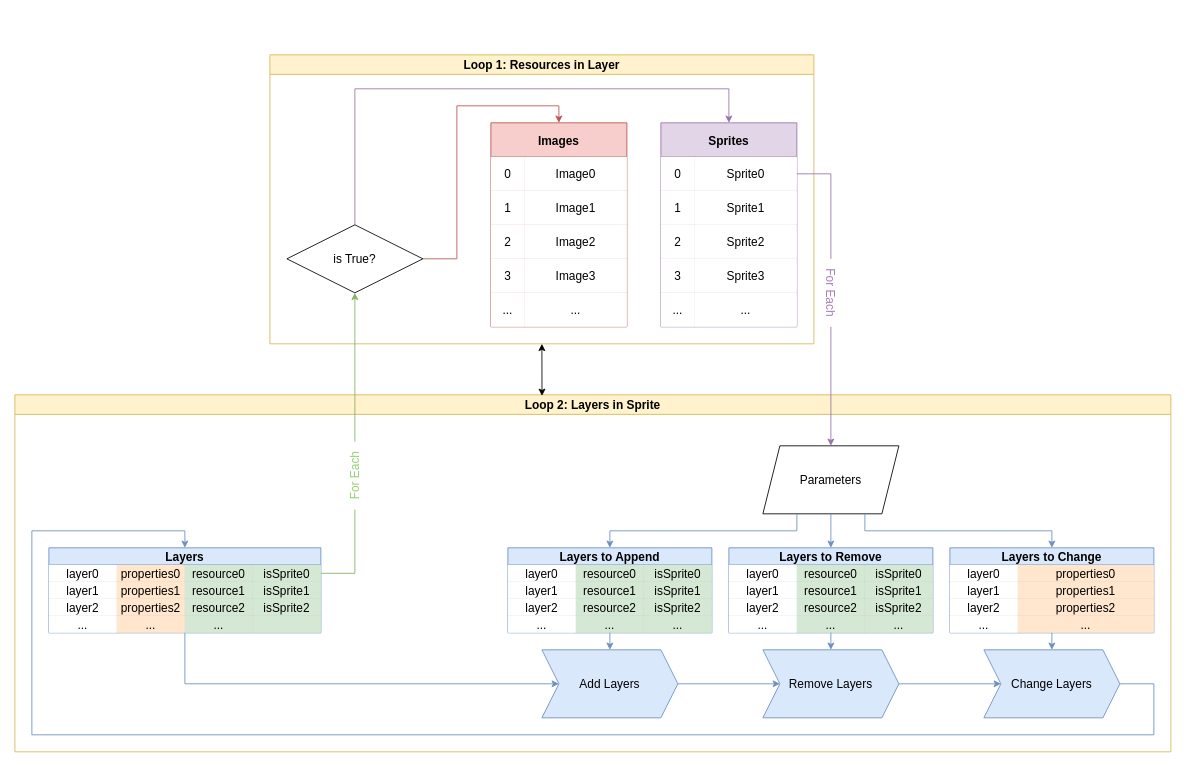
Above: ResourceLoading.drawio in TheInfinityUser/PvZ2-Decoding (draw.io), before the change. Source tidied: cells renumbered, new cells numbered last; positions are measured from the earlier drawing's top-left corner, leaving out a move shared by most shapes. Both pictures are drawn from the tidied source at 85%, with x=0, y=0 at pixel (14, 54).
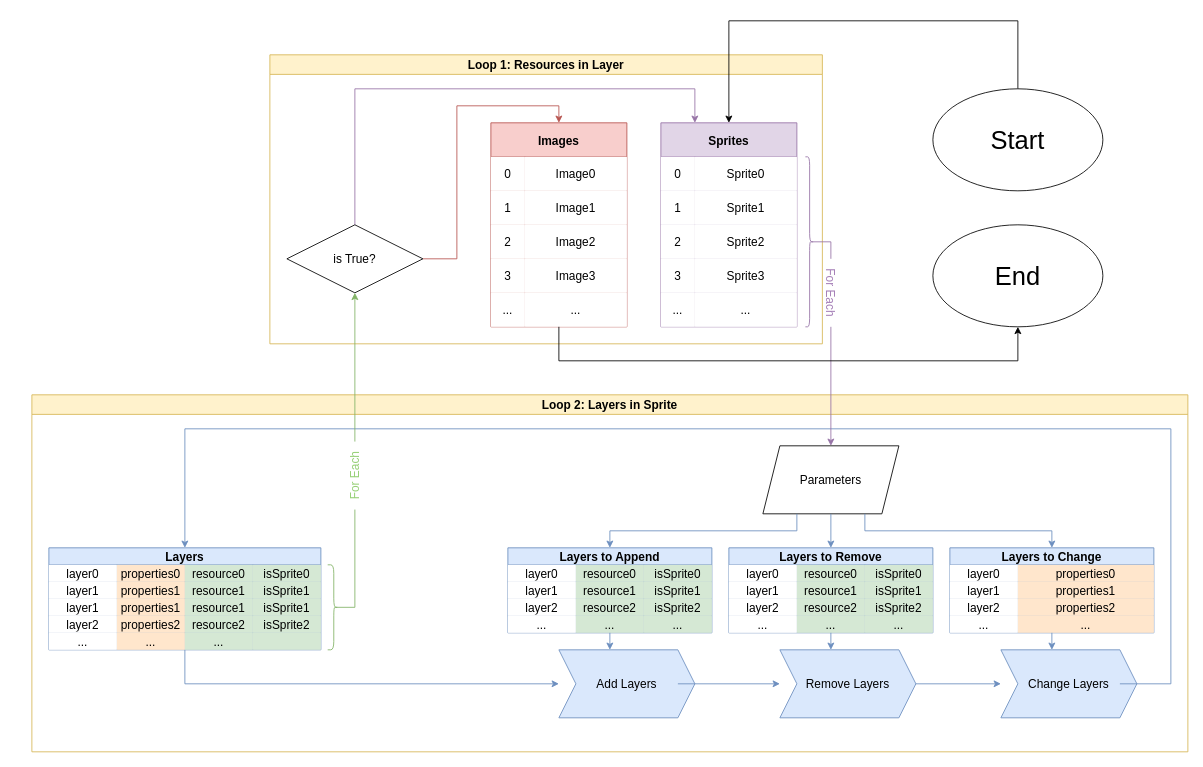
The same page after the edit.

The change refers to these unchanged cells:
```xml
<mxCell id="50" value="Add Layers" style="shape=step;perimeter=stepPerimeter;whiteSpace=wrap;html=1;fixedSize=1;labelBackgroundColor=none;fontSize=14;fillColor=#dae8fc;strokeColor=#6c8ebf;" parent="2" vertex="1">
  <mxGeometry x="620" y="300" width="160" height="80" as="geometry" />
</mxCell>
<mxCell id="53" value="Remove Layers" style="shape=step;perimeter=stepPerimeter;whiteSpace=wrap;html=1;fixedSize=1;labelBackgroundColor=none;fontSize=14;fillColor=#dae8fc;strokeColor=#6c8ebf;" parent="2" vertex="1">
  <mxGeometry x="880" y="300" width="160" height="80" as="geometry" />
</mxCell>
<mxCell id="56" value="Change Layers" style="shape=step;perimeter=stepPerimeter;whiteSpace=wrap;html=1;fixedSize=1;labelBackgroundColor=none;fontSize=14;fillColor=#dae8fc;strokeColor=#6c8ebf;" parent="2" vertex="1">
  <mxGeometry x="1140" y="300" width="160" height="80" as="geometry" />
</mxCell>
<mxCell id="60" style="shape=tableRow;horizontal=0;startSize=0;swimlaneHead=0;swimlaneBody=0;strokeColor=inherit;top=0;left=0;bottom=0;right=0;fillColor=none;points=[[0,0.5],[1,0.5]];portConstraint=eastwest;fontSize=14;" parent="59" vertex="1">
  <mxGeometry y="20" width="320" height="20" as="geometry" />
</mxCell>
<mxCell id="88" value="Sprites" style="shape=table;startSize=40;childLayout=tableLayout;strokeColor=#9673a6;fontSize=14;labelBackgroundColor=none;fillColor=#e1d5e7;fontStyle=1;" parent="87" vertex="1">
  <mxGeometry x="460" y="80" width="160" height="240" as="geometry" />
</mxCell>
<mxCell id="89" style="shape=tableRow;horizontal=0;startSize=0;swimlaneHead=0;swimlaneBody=0;strokeColor=inherit;top=0;left=0;bottom=0;right=0;fillColor=none;points=[[0,0.5],[1,0.5]];portConstraint=eastwest;fontSize=14;" parent="88" vertex="1">
  <mxGeometry y="40" width="160" height="40" as="geometry" />
</mxCell>
<mxCell id="104" value="Images" style="shape=table;startSize=40;childLayout=tableLayout;strokeColor=#b85450;fontSize=14;labelBackgroundColor=none;fillColor=#f8cecc;fontStyle=1;" parent="87" vertex="1">
  <mxGeometry x="260" y="80" width="160" height="240" as="geometry" />
</mxCell>
<mxCell id="122" value="is True?" style="rhombus;whiteSpace=wrap;html=1;labelBackgroundColor=none;fontSize=14;" parent="87" vertex="1">
  <mxGeometry x="20" y="200" width="160" height="80" as="geometry" />
</mxCell>
<mxCell id="125" value="For Each" style="text;html=1;strokeColor=none;fillColor=none;align=center;verticalAlign=middle;whiteSpace=wrap;rounded=0;fontSize=14;rotation=90;fontColor=#A680B8;" parent="1" vertex="1">
  <mxGeometry x="920" y="265" width="80" height="30" as="geometry" />
</mxCell>
```

Change to the diagram source:
```diff
@@
     <mxCell id="2" value="Loop 2: Layers in Sprite" style="swimlane;whiteSpace=wrap;html=1;labelBackgroundColor=none;fontSize=14;fillColor=#fff2cc;strokeColor=#d6b656;" parent="1" vertex="1">
-      <mxGeometry y="400" width="1360" height="420" as="geometry" />
+      <mxGeometry x="20" y="400" width="1360" height="420" as="geometry" />
     </mxCell>
     <mxCell id="3" value="Layers to Append" style="shape=table;startSize=20;childLayout=tableLayout;strokeColor=#6c8ebf;fontSize=14;fillColor=#dae8fc;fontStyle=1;" parent="2" vertex="1">
-      <mxGeometry x="580" y="180" width="240" height="100" as="geometry" />
+      <mxGeometry x="560" y="180" width="240" height="100" as="geometry" />
     </mxCell>
@@
     <mxCell id="20" value="Layers to Remove" style="shape=table;startSize=20;childLayout=tableLayout;strokeColor=#6c8ebf;fontSize=14;fillColor=#dae8fc;fontStyle=1;" parent="2" vertex="1">
-      <mxGeometry x="840" y="180" width="240" height="100" as="geometry" />
+      <mxGeometry x="820" y="180" width="240" height="100" as="geometry" />
     </mxCell>
@@
     <mxCell id="37" value="Layers to Change" style="shape=table;startSize=20;childLayout=tableLayout;strokeColor=#6c8ebf;fontSize=14;fillColor=#dae8fc;fontStyle=1;" parent="2" vertex="1">
-      <mxGeometry x="1100" y="180" width="240" height="100" as="geometry" />
+      <mxGeometry x="1080" y="180" width="240" height="100" as="geometry" />
     </mxCell>
@@
-    <mxCell id="51" style="edgeStyle=orthogonalEdgeStyle;rounded=0;jettySize=auto;html=1;exitX=0.5;exitY=1;exitDx=0;exitDy=0;entryX=0.5;entryY=0;entryDx=0;entryDy=0;fontSize=14;fillColor=#dae8fc;strokeColor=#6c8ebf;" parent="2" edge="1" source="3" target="50">
-      <mxGeometry relative="1" as="geometry" />
+    <mxCell id="51" style="edgeStyle=orthogonalEdgeStyle;rounded=0;jettySize=auto;html=1;exitX=0.5;exitY=1;exitDx=0;exitDy=0;entryX=0.5;entryY=0;entryDx=0;entryDy=0;fontSize=14;fillColor=#dae8fc;strokeColor=#6c8ebf;" parent="2" edge="1" source="3">
+      <mxGeometry relative="1" as="geometry">
+        <mxPoint x="680" y="300" as="targetPoint" />
+      </mxGeometry>
     </mxCell>
-    <mxCell id="52" style="edgeStyle=orthogonalEdgeStyle;rounded=0;jettySize=auto;html=1;exitX=1;exitY=0.5;exitDx=0;exitDy=0;fontSize=14;fillColor=#dae8fc;strokeColor=#6c8ebf;" parent="2" edge="1" source="53" target="56">
-      <mxGeometry relative="1" as="geometry" />
+    <mxCell id="52" style="edgeStyle=orthogonalEdgeStyle;rounded=0;orthogonalLoop=1;jettySize=auto;html=1;exitX=1;exitY=0.5;exitDx=0;exitDy=0;fontSize=14;fillColor=#dae8fc;strokeColor=#6c8ebf;" parent="2" edge="1">
+      <mxGeometry relative="1" as="geometry">
+        <mxPoint x="1020" y="340" as="sourcePoint" />
+        <mxPoint x="1140" y="340" as="targetPoint" />
+      </mxGeometry>
     </mxCell>
@@
-    <mxCell id="54" style="edgeStyle=orthogonalEdgeStyle;rounded=0;jettySize=auto;html=1;exitX=0.5;exitY=1;exitDx=0;exitDy=0;entryX=0.5;entryY=0;entryDx=0;entryDy=0;fontSize=14;fillColor=#dae8fc;strokeColor=#6c8ebf;" parent="2" edge="1" source="20" target="53">
-      <mxGeometry relative="1" as="geometry" />
+    <mxCell id="54" style="edgeStyle=orthogonalEdgeStyle;rounded=0;jettySize=auto;html=1;exitX=0.5;exitY=1;exitDx=0;exitDy=0;entryX=0.5;entryY=0;entryDx=0;entryDy=0;fontSize=14;fillColor=#dae8fc;strokeColor=#6c8ebf;" parent="2" edge="1" source="20">
+      <mxGeometry relative="1" as="geometry">
+        <mxPoint x="940" y="300" as="targetPoint" />
+      </mxGeometry>
     </mxCell>
-    <mxCell id="55" style="edgeStyle=orthogonalEdgeStyle;rounded=0;jettySize=auto;html=1;exitX=1;exitY=0.5;exitDx=0;exitDy=0;fontSize=14;fillColor=#dae8fc;strokeColor=#6c8ebf;" parent="2" edge="1" source="50" target="53">
-      <mxGeometry relative="1" as="geometry" />
+    <mxCell id="55" style="edgeStyle=orthogonalEdgeStyle;rounded=0;orthogonalLoop=1;jettySize=auto;html=1;exitX=1;exitY=0.5;exitDx=0;exitDy=0;fontSize=14;fillColor=#dae8fc;strokeColor=#6c8ebf;" parent="2" edge="1">
+      <mxGeometry relative="1" as="geometry">
+        <mxPoint x="760" y="340" as="sourcePoint" />
+        <mxPoint x="880" y="340" as="targetPoint" />
+      </mxGeometry>
     </mxCell>
@@
-    <mxCell id="57" style="edgeStyle=orthogonalEdgeStyle;rounded=0;jettySize=auto;html=1;exitX=0.5;exitY=1;exitDx=0;exitDy=0;entryX=0.5;entryY=0;entryDx=0;entryDy=0;fontSize=14;fillColor=#dae8fc;strokeColor=#6c8ebf;" parent="2" edge="1" source="37" target="56">
-      <mxGeometry relative="1" as="geometry" />
+    <mxCell id="57" style="edgeStyle=orthogonalEdgeStyle;rounded=0;jettySize=auto;html=1;exitX=0.5;exitY=1;exitDx=0;exitDy=0;entryX=0.5;entryY=0;entryDx=0;entryDy=0;fontSize=14;fillColor=#dae8fc;strokeColor=#6c8ebf;" parent="2" edge="1" source="37">
+      <mxGeometry relative="1" as="geometry">
+        <mxPoint x="1200" y="300" as="targetPoint" />
+      </mxGeometry>
     </mxCell>
-    <mxCell id="58" style="edgeStyle=orthogonalEdgeStyle;rounded=0;jettySize=auto;html=1;exitX=0.5;exitY=1;exitDx=0;exitDy=0;entryX=0;entryY=0.5;entryDx=0;entryDy=0;fontSize=14;fillColor=#dae8fc;strokeColor=#6c8ebf;" parent="2" edge="1" source="59" target="50">
+    <mxCell id="58" style="edgeStyle=orthogonalEdgeStyle;rounded=0;jettySize=auto;html=1;exitX=0.5;exitY=1;exitDx=0;exitDy=0;entryX=0;entryY=0.5;entryDx=0;entryDy=0;fontSize=14;fillColor=#dae8fc;strokeColor=#6c8ebf;" parent="2" edge="1" source="59">
       <mxGeometry relative="1" as="geometry">
+        <mxPoint x="620" y="340" as="targetPoint" />
         <Array as="points">
-          <mxPoint x="200" y="340" />
+          <mxPoint x="180" y="340" />
         </Array>
       </mxGeometry>
     </mxCell>
     <mxCell id="59" value="Layers" style="shape=table;startSize=20;childLayout=tableLayout;strokeColor=#6c8ebf;fontSize=14;fillColor=#dae8fc;fontStyle=1;" parent="2" vertex="1">
-      <mxGeometry x="40" y="180" width="320" height="100" as="geometry" />
+      <mxGeometry x="20" y="180" width="320" height="120" as="geometry" />
     </mxCell>
@@
+    <mxCell id="128" style="shape=tableRow;horizontal=0;startSize=0;swimlaneHead=0;swimlaneBody=0;strokeColor=inherit;top=0;left=0;bottom=0;right=0;fillColor=none;fontSize=14;" parent="59" vertex="1">
+      <mxGeometry y="40" width="320" height="20" as="geometry" />
+    </mxCell>
+    <mxCell id="129" value="layer1" style="shape=partialRectangle;html=1;whiteSpace=wrap;overflow=hidden;top=0;left=0;bottom=0;right=0;fontSize=14;" parent="128" vertex="1">
+      <mxGeometry width="80" height="20" as="geometry" />
+    </mxCell>
+    <mxCell id="130" value="properties1" style="shape=partialRectangle;html=1;whiteSpace=wrap;strokeColor=#d79b00;overflow=hidden;fillColor=#ffe6cc;top=0;left=0;bottom=0;right=0;fontSize=14;" parent="128" vertex="1">
+      <mxGeometry x="80" width="80" height="20" as="geometry" />
+    </mxCell>
+    <mxCell id="131" value="resource1" style="shape=partialRectangle;html=1;whiteSpace=wrap;strokeColor=#82b366;overflow=hidden;fillColor=#d5e8d4;top=0;left=0;bottom=0;right=0;fontSize=14;" parent="128" vertex="1">
+      <mxGeometry x="160" width="80" height="20" as="geometry" />
+    </mxCell>
+    <mxCell id="132" value="isSprite1" style="shape=partialRectangle;html=1;whiteSpace=wrap;strokeColor=#82b366;overflow=hidden;fillColor=#d5e8d4;top=0;left=0;bottom=0;right=0;fontSize=14;" parent="128" vertex="1">
+      <mxGeometry x="240" width="80" height="20" as="geometry" />
+    </mxCell>
     <mxCell id="65" style="shape=tableRow;horizontal=0;startSize=0;swimlaneHead=0;swimlaneBody=0;strokeColor=inherit;top=0;left=0;bottom=0;right=0;fillColor=none;fontSize=14;" parent="59" vertex="1">
-      <mxGeometry y="40" width="320" height="20" as="geometry" />
+      <mxGeometry y="60" width="320" height="20" as="geometry" />
     </mxCell>
@@
     <mxCell id="70" style="shape=tableRow;horizontal=0;startSize=0;swimlaneHead=0;swimlaneBody=0;strokeColor=inherit;top=0;left=0;bottom=0;right=0;fillColor=none;fontSize=14;" parent="59" vertex="1">
-      <mxGeometry y="60" width="320" height="20" as="geometry" />
+      <mxGeometry y="80" width="320" height="20" as="geometry" />
     </mxCell>
@@
     <mxCell id="75" style="shape=tableRow;horizontal=0;startSize=0;swimlaneHead=0;swimlaneBody=0;strokeColor=inherit;top=0;left=0;bottom=0;right=0;fillColor=none;fontSize=14;" parent="59" vertex="1">
-      <mxGeometry y="80" width="320" height="20" as="geometry" />
+      <mxGeometry y="100" width="320" height="20" as="geometry" />
     </mxCell>
@@
-    <mxCell id="80" style="edgeStyle=orthogonalEdgeStyle;rounded=0;jettySize=auto;html=1;exitX=1;exitY=0.5;exitDx=0;exitDy=0;entryX=0.5;entryY=0;entryDx=0;entryDy=0;fontSize=14;fillColor=#dae8fc;strokeColor=#6c8ebf;" parent="2" edge="1" source="56" target="59">
-      <mxGeometry relative="1" as="geometry">
-        <Array as="points">
-          <mxPoint x="1340" y="340" />
-          <mxPoint x="1340" y="400" />
-          <mxPoint x="20" y="400" />
-          <mxPoint x="20" y="160" />
-          <mxPoint x="200" y="160" />
-        </Array>
-      </mxGeometry>
-    </mxCell>
     <mxCell id="81" value="Parameters" style="shape=parallelogram;perimeter=parallelogramPerimeter;whiteSpace=wrap;html=1;fixedSize=1;rounded=0;shadow=0;glass=0;labelBackgroundColor=none;sketch=0;fillStyle=auto;fontSize=14;" parent="2" vertex="1">
-      <mxGeometry x="880" y="60" width="160" height="80" as="geometry" />
+      <mxGeometry x="860" y="60" width="160" height="80" as="geometry" />
     </mxCell>
@@
     <mxCell id="85" value="For Each" style="text;html=1;strokeColor=none;fillColor=none;align=center;verticalAlign=middle;whiteSpace=wrap;rounded=0;fontSize=14;rotation=-90;fontColor=#97D077;" parent="2" vertex="1">
-      <mxGeometry x="360" y="80" width="80" height="30" as="geometry" />
+      <mxGeometry x="340" y="80" width="80" height="30" as="geometry" />
     </mxCell>
-    <mxCell id="86" style="edgeStyle=orthogonalEdgeStyle;rounded=0;jettySize=auto;html=1;exitX=1;exitY=0.5;exitDx=0;exitDy=0;entryX=0;entryY=0.5;entryDx=0;entryDy=0;fontSize=14;fontColor=#97D077;fillColor=#d5e8d4;strokeColor=#82b366;endArrow=none;endFill=0;" parent="2" edge="1" source="60" target="85">
+    <mxCell id="86" style="edgeStyle=orthogonalEdgeStyle;rounded=0;jettySize=auto;html=1;exitX=0.1;exitY=0.5;exitDx=0;exitDy=0;entryX=0;entryY=0.5;entryDx=0;entryDy=0;fontSize=14;fontColor=#97D077;fillColor=#d5e8d4;strokeColor=#82b366;endArrow=none;endFill=0;exitPerimeter=0;" parent="2" edge="1" source="134" target="85">
       <mxGeometry relative="1" as="geometry" />
     </mxCell>
+    <mxCell id="133" style="edgeStyle=orthogonalEdgeStyle;rounded=0;jettySize=auto;html=1;exitX=1;exitY=0.5;exitDx=0;exitDy=0;entryX=0.5;entryY=0;entryDx=0;entryDy=0;fontSize=14;fontColor=#1A1A1A;endArrow=classic;endFill=1;fillColor=#dae8fc;strokeColor=#6c8ebf;" parent="2" edge="1" target="59">
+      <mxGeometry relative="1" as="geometry">
+        <mxPoint x="1280" y="340" as="sourcePoint" />
+        <Array as="points">
+          <mxPoint x="1340" y="340" />
+          <mxPoint x="1340" y="40" />
+          <mxPoint x="180" y="40" />
+        </Array>
+      </mxGeometry>
+    </mxCell>
+    <mxCell id="134" style="shape=curlyBracket;whiteSpace=wrap;html=1;rounded=1;flipH=1;labelPosition=right;verticalLabelPosition=middle;align=left;verticalAlign=middle;fontSize=14;size=0.4;fillColor=#d5e8d4;strokeColor=#82b366;" parent="2" vertex="1">
+      <mxGeometry x="348" y="200" width="12" height="100" as="geometry" />
+    </mxCell>
     <mxCell id="87" value="Loop 1: Resources in Layer" style="swimlane;whiteSpace=wrap;html=1;labelBackgroundColor=none;fontSize=14;fillColor=#fff2cc;strokeColor=#d6b656;fillStyle=auto;rounded=0;shadow=0;swimlaneLine=1;glass=0;swimlaneFillColor=none;" parent="1" vertex="1">
-      <mxGeometry x="300" width="640" height="340" as="geometry" />
+      <mxGeometry x="300" width="650" height="340" as="geometry" />
     </mxCell>
@@
-    <mxCell id="120" style="edgeStyle=orthogonalEdgeStyle;rounded=0;jettySize=auto;html=1;exitX=0.5;exitY=0;exitDx=0;exitDy=0;entryX=0.5;entryY=0;entryDx=0;entryDy=0;fontSize=14;fillColor=#e1d5e7;strokeColor=#9673a6;" parent="87" edge="1" source="122" target="88">
+    <mxCell id="120" style="edgeStyle=orthogonalEdgeStyle;rounded=0;jettySize=auto;html=1;exitX=0.5;exitY=0;exitDx=0;exitDy=0;entryX=0.25;entryY=0;entryDx=0;entryDy=0;fontSize=14;fillColor=#e1d5e7;strokeColor=#9673a6;" parent="87" edge="1" source="122" target="88">
       <mxGeometry relative="1" as="geometry">
         <Array as="points">
           <mxPoint x="100" y="40" />
-          <mxPoint x="540" y="40" />
+          <mxPoint x="500" y="40" />
         </Array>
       </mxGeometry>
     </mxCell>
@@
-    <mxCell id="123" style="endArrow=classic;startArrow=classic;html=1;rounded=0;fontSize=14;entryX=0.5;entryY=1;entryDx=0;entryDy=0;exitX=0.456;exitY=0.003;exitDx=0;exitDy=0;exitPerimeter=0;" parent="1" edge="1" source="2" target="87">
-      <mxGeometry relative="1" as="geometry" />
-    </mxCell>
+    <mxCell id="135" style="shape=curlyBracket;whiteSpace=wrap;html=1;rounded=1;flipH=1;labelPosition=right;verticalLabelPosition=middle;align=left;verticalAlign=middle;fontSize=14;fillColor=#e1d5e7;strokeColor=#9673a6;" parent="87" vertex="1">
+      <mxGeometry x="630" y="120" width="10" height="200" as="geometry" />
+    </mxCell>
@@
-    <mxCell id="127" style="edgeStyle=orthogonalEdgeStyle;rounded=0;jettySize=auto;html=1;exitX=1;exitY=0.5;exitDx=0;exitDy=0;fontSize=14;fontColor=#97D077;endArrow=none;endFill=0;fillColor=#e1d5e7;strokeColor=#9673a6;" parent="1" edge="1" source="89" target="125">
-      <mxGeometry relative="1" as="geometry" />
-    </mxCell>
+    <mxCell id="136" style="edgeStyle=orthogonalEdgeStyle;rounded=0;jettySize=auto;html=1;exitX=0.1;exitY=0.5;exitDx=0;exitDy=0;exitPerimeter=0;entryX=0;entryY=0.5;entryDx=0;entryDy=0;fontSize=14;fontColor=#1A1A1A;endArrow=none;endFill=0;fillColor=#e1d5e7;strokeColor=#9673a6;" parent="1" edge="1" source="135" target="125">
+      <mxGeometry relative="1" as="geometry" />
+    </mxCell>
+    <mxCell id="137" value="End" style="ellipse;whiteSpace=wrap;html=1;fontSize=30;" parent="1" vertex="1">
+      <mxGeometry x="1080" y="200" width="200" height="120" as="geometry" />
+    </mxCell>
+    <mxCell id="138" style="edgeStyle=orthogonalEdgeStyle;rounded=0;jettySize=auto;html=1;exitX=0.5;exitY=1;exitDx=0;exitDy=0;entryX=0.5;entryY=1;entryDx=0;entryDy=0;fontSize=14;fontColor=#1A1A1A;endArrow=classic;endFill=1;" parent="1" edge="1" source="104" target="137">
+      <mxGeometry relative="1" as="geometry">
+        <Array as="points">
+          <mxPoint x="640" y="360" />
+          <mxPoint x="1180" y="360" />
+        </Array>
+      </mxGeometry>
+    </mxCell>
+    <mxCell id="139" style="edgeStyle=orthogonalEdgeStyle;rounded=0;jettySize=auto;html=1;exitX=0.5;exitY=0;exitDx=0;exitDy=0;entryX=0.5;entryY=0;entryDx=0;entryDy=0;fontSize=30;fontColor=#1A1A1A;endArrow=classic;endFill=1;" parent="1" edge="1" source="140" target="88">
+      <mxGeometry relative="1" as="geometry">
+        <Array as="points">
+          <mxPoint x="1180" y="-40" />
+          <mxPoint x="840" y="-40" />
+        </Array>
+      </mxGeometry>
+    </mxCell>
+    <mxCell id="140" value="Start" style="ellipse;whiteSpace=wrap;html=1;fontSize=30;" parent="1" vertex="1">
+      <mxGeometry x="1080" y="40" width="200" height="120" as="geometry" />
+    </mxCell>
```
